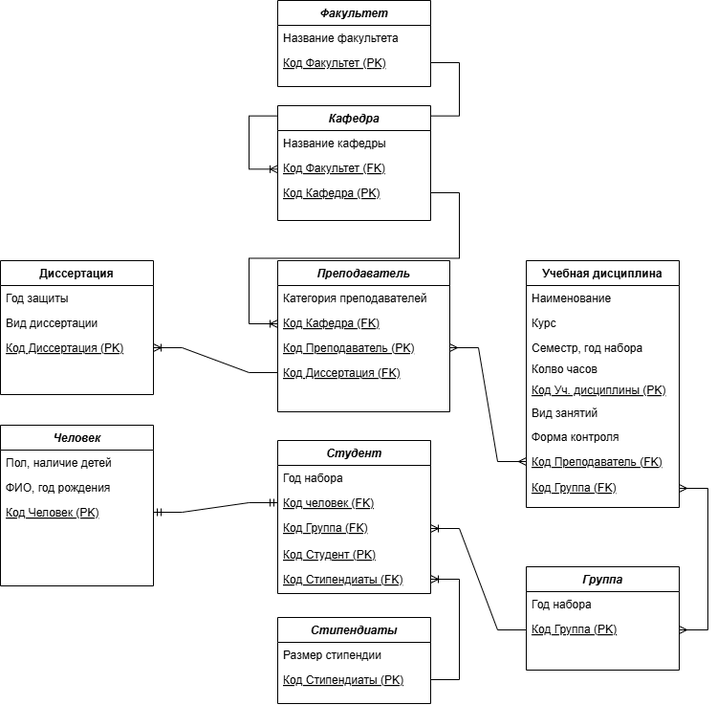
Before: БД 2 Хорошилова.drawio.png, a diagram exported from draw.io (ksinph/PSTU_LABS_2023). Source tidied: cells renumbered, new cells last; positions are measured from the earlier drawing's top-left corner, leaving out a move shared by most shapes.
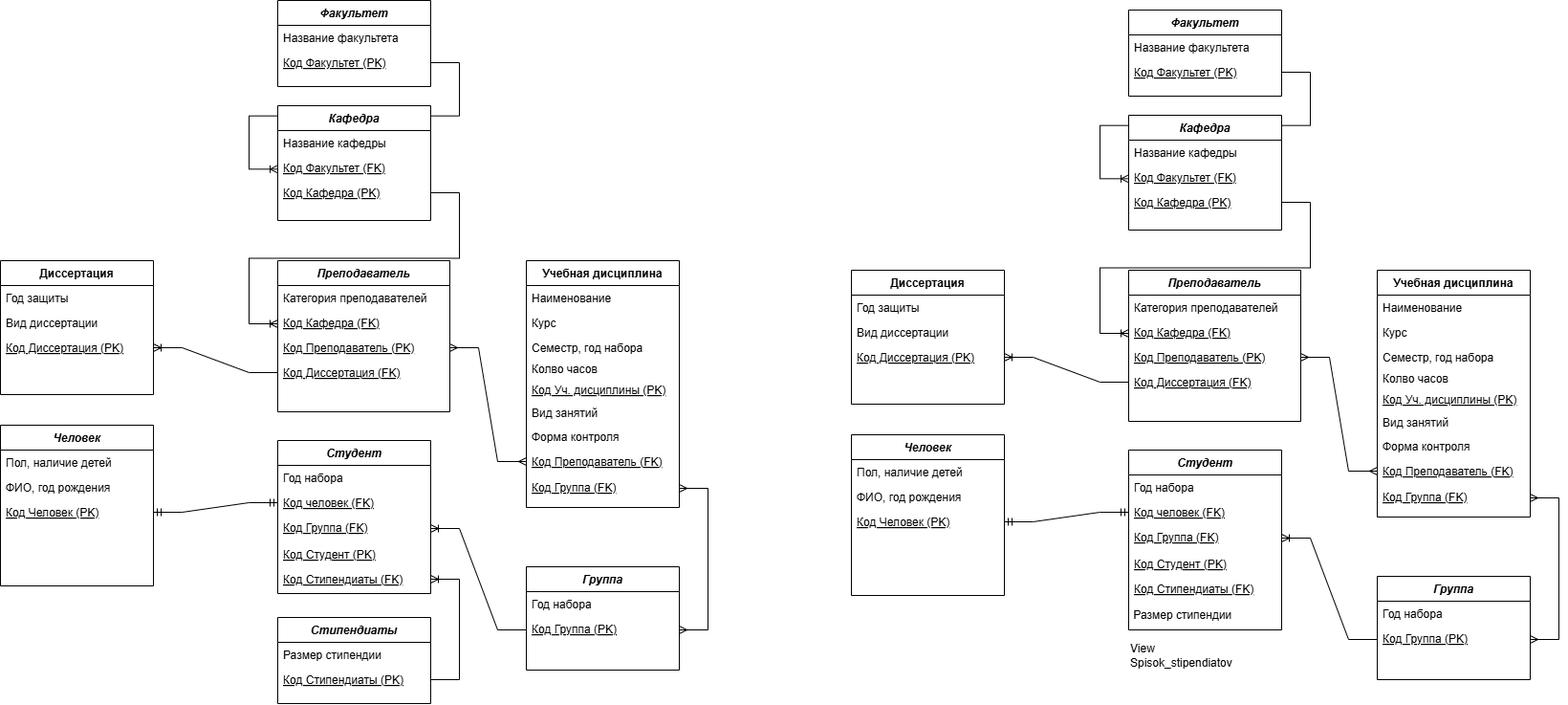
The same diagram one commit later.

Diff of the diagram source:
```diff
@@ -176,5 +176,173 @@
     <mxCell id="51" style="edgeStyle=entityRelationEdgeStyle;fontSize=12;html=1;endArrow=ERmandOne;startArrow=ERmandOne;rounded=0;exitX=1;exitY=0.5;exitDx=0;exitDy=0;entryX=0;entryY=0.5;entryDx=0;entryDy=0;" parent="1" edge="1" source="6" target="40">
       <mxGeometry relative="1" as="geometry" />
     </mxCell>
+    <mxCell id="52" style="edgeStyle=entityRelationEdgeStyle;fontSize=12;html=1;endArrow=ERoneToMany;rounded=0;exitX=1;exitY=0.5;exitDx=0;exitDy=0;" parent="1" edge="1" source="94">
+      <mxGeometry relative="1" as="geometry">
+        <mxPoint x="1180" y="186.3" as="targetPoint" />
+        <Array as="points">
+          <mxPoint x="1360" y="110" />
+          <mxPoint x="1170" y="96.3" />
+          <mxPoint x="1360" y="100" />
+          <mxPoint x="1160" y="76.3" />
+          <mxPoint x="1270" y="100" />
+          <mxPoint x="1270" y="106.3" />
+          <mxPoint x="1270" y="106.3" />
+        </Array>
+      </mxGeometry>
+    </mxCell>
+    <mxCell id="53" value="Человек" style="swimlane;fontStyle=3;align=center;verticalAlign=top;horizontal=1;startSize=26;rounded=0;shadow=0;strokeWidth=1;" parent="1" vertex="1">
+      <mxGeometry x="890" y="454" width="160" height="168" as="geometry" />
+    </mxCell>
+    <mxCell id="54" value="Пол, наличие детей" style="text;align=left;verticalAlign=top;spacingLeft=4;spacingRight=4;overflow=hidden;" parent="53" vertex="1">
+      <mxGeometry y="26" width="160" height="26" as="geometry" />
+    </mxCell>
+    <mxCell id="55" value="ФИО, год рождения" style="text;align=left;verticalAlign=top;spacingLeft=4;spacingRight=4;overflow=hidden;rounded=0;shadow=0;html=0;" parent="53" vertex="1">
+      <mxGeometry y="52" width="160" height="26" as="geometry" />
+    </mxCell>
+    <mxCell id="56" value="Код Человек (PK)" style="text;align=left;verticalAlign=top;spacingLeft=4;spacingRight=4;overflow=hidden;points=[[0,0.5],[1,0.5]];portConstraint=eastwest;rounded=0;shadow=0;html=0;fontStyle=4;" parent="53" vertex="1">
+      <mxGeometry y="78" width="160" height="26" as="geometry" />
+    </mxCell>
+    <mxCell id="57" value="Учебная дисциплина" style="swimlane;fontStyle=1;align=center;verticalAlign=top;horizontal=1;startSize=26;rounded=0;shadow=0;strokeWidth=1;" parent="1" vertex="1">
+      <mxGeometry x="1440" y="282" width="160" height="258" as="geometry" />
+    </mxCell>
+    <mxCell id="58" value="Наименование" style="text;align=left;verticalAlign=top;spacingLeft=4;spacingRight=4;overflow=hidden;" parent="57" vertex="1">
+      <mxGeometry y="26" width="160" height="26" as="geometry" />
+    </mxCell>
+    <mxCell id="59" value="Курс" style="text;align=left;verticalAlign=top;spacingLeft=4;spacingRight=4;overflow=hidden;rounded=0;shadow=0;html=0;" parent="57" vertex="1">
+      <mxGeometry y="52" width="160" height="26" as="geometry" />
+    </mxCell>
+    <mxCell id="60" value="Семестр, год набора" style="text;align=left;verticalAlign=top;spacingLeft=4;spacingRight=4;overflow=hidden;fontStyle=0;" parent="57" vertex="1">
+      <mxGeometry y="78" width="160" height="22" as="geometry" />
+    </mxCell>
+    <mxCell id="61" value="Колво часов" style="text;align=left;verticalAlign=top;spacingLeft=4;spacingRight=4;overflow=hidden;" parent="57" vertex="1">
+      <mxGeometry y="100" width="160" height="26" as="geometry" />
+    </mxCell>
+    <mxCell id="62" value="Диссертация" style="swimlane;fontStyle=1;align=center;verticalAlign=top;horizontal=1;startSize=26;rounded=0;shadow=0;strokeWidth=1;" parent="1" vertex="1">
+      <mxGeometry x="890" y="282" width="160" height="140" as="geometry" />
+    </mxCell>
+    <mxCell id="63" value="Год защиты" style="text;align=left;verticalAlign=top;spacingLeft=4;spacingRight=4;overflow=hidden;" parent="62" vertex="1">
+      <mxGeometry y="26" width="160" height="26" as="geometry" />
+    </mxCell>
+    <mxCell id="64" value="Вид диссертации" style="text;align=left;verticalAlign=top;spacingLeft=4;spacingRight=4;overflow=hidden;rounded=0;shadow=0;html=0;" parent="62" vertex="1">
+      <mxGeometry y="52" width="160" height="26" as="geometry" />
+    </mxCell>
+    <mxCell id="65" value="Код Диссертация (PK)" style="text;align=left;verticalAlign=top;spacingLeft=4;spacingRight=4;overflow=hidden;points=[[0,0.5],[1,0.5]];portConstraint=eastwest;rounded=0;shadow=0;html=0;fontStyle=4;" parent="62" vertex="1">
+      <mxGeometry y="78" width="160" height="26" as="geometry" />
+    </mxCell>
+    <mxCell id="66" value="Вид занятий" style="text;align=left;verticalAlign=top;spacingLeft=4;spacingRight=4;overflow=hidden;" parent="1" vertex="1">
+      <mxGeometry x="1440" y="428" width="160" height="26" as="geometry" />
+    </mxCell>
+    <mxCell id="67" value="Форма контроля" style="text;align=left;verticalAlign=top;spacingLeft=4;spacingRight=4;overflow=hidden;" parent="1" vertex="1">
+      <mxGeometry x="1440" y="453" width="160" height="26" as="geometry" />
+    </mxCell>
+    <mxCell id="68" value="Группа" style="swimlane;fontStyle=3;align=center;verticalAlign=top;horizontal=1;startSize=26;rounded=0;shadow=0;strokeWidth=1;" parent="1" vertex="1">
+      <mxGeometry x="1440" y="602" width="160" height="108" as="geometry" />
+    </mxCell>
+    <mxCell id="69" value="Год набора" style="text;align=left;verticalAlign=top;spacingLeft=4;spacingRight=4;overflow=hidden;" parent="68" vertex="1">
+      <mxGeometry y="26" width="160" height="26" as="geometry" />
+    </mxCell>
+    <mxCell id="70" value="Код Группа (PK)" style="text;align=left;verticalAlign=top;spacingLeft=4;spacingRight=4;overflow=hidden;points=[[0,0.5],[1,0.5]];portConstraint=eastwest;fontStyle=4;" parent="68" vertex="1">
+      <mxGeometry y="52" width="160" height="28" as="geometry" />
+    </mxCell>
+    <mxCell id="71" value="Преподаватель" style="swimlane;fontStyle=3;align=center;verticalAlign=top;horizontal=1;startSize=26;rounded=0;shadow=0;strokeWidth=1;" parent="1" vertex="1">
+      <mxGeometry x="1180" y="282" width="180" height="158" as="geometry" />
+    </mxCell>
+    <mxCell id="72" value="Категория преподавателей" style="text;align=left;verticalAlign=top;spacingLeft=4;spacingRight=4;overflow=hidden;" parent="71" vertex="1">
+      <mxGeometry y="26" width="180" height="26" as="geometry" />
+    </mxCell>
+    <mxCell id="73" value="Код Кафедра (FK)" style="text;align=left;verticalAlign=top;spacingLeft=4;spacingRight=4;overflow=hidden;fontStyle=4;" parent="71" vertex="1">
+      <mxGeometry y="52" width="180" height="26" as="geometry" />
+    </mxCell>
+    <mxCell id="74" value="Код Преподаватель (PK)" style="text;align=left;verticalAlign=top;spacingLeft=4;spacingRight=4;overflow=hidden;points=[[0,0.5],[1,0.5]];portConstraint=eastwest;fontStyle=4;" parent="71" vertex="1">
+      <mxGeometry y="78" width="180" height="26" as="geometry" />
+    </mxCell>
+    <mxCell id="75" value="Код Диссертация (FK)" style="text;align=left;verticalAlign=top;spacingLeft=4;spacingRight=4;overflow=hidden;points=[[0,0.5],[1,0.5]];portConstraint=eastwest;rounded=0;shadow=0;html=0;fontStyle=4;" parent="71" vertex="1">
+      <mxGeometry y="104" width="180" height="26" as="geometry" />
+    </mxCell>
+    <mxCell id="76" value="Код Уч. дисциплины (PK)" style="text;align=left;verticalAlign=top;spacingLeft=4;spacingRight=4;overflow=hidden;fontStyle=4;" parent="1" vertex="1">
+      <mxGeometry x="1440" y="404" width="160" height="26" as="geometry" />
+    </mxCell>
+    <mxCell id="77" value="Код Преподаватель (FK)" style="text;align=left;verticalAlign=top;spacingLeft=4;spacingRight=4;overflow=hidden;points=[[0,0.5],[1,0.5]];portConstraint=eastwest;fontStyle=4;" parent="1" vertex="1">
+      <mxGeometry x="1440" y="479" width="160" height="26" as="geometry" />
+    </mxCell>
+    <mxCell id="78" style="edgeStyle=entityRelationEdgeStyle;fontSize=12;html=1;endArrow=ERoneToMany;rounded=0;entryX=1;entryY=0.5;entryDx=0;entryDy=0;exitX=0;exitY=0.5;exitDx=0;exitDy=0;" parent="1" edge="1" source="75" target="65">
+      <mxGeometry relative="1" as="geometry" />
+    </mxCell>
+    <mxCell id="79" style="edgeStyle=entityRelationEdgeStyle;fontSize=12;html=1;endArrow=ERmany;startArrow=ERmany;rounded=0;exitX=1;exitY=0.5;exitDx=0;exitDy=0;entryX=0;entryY=0.5;entryDx=0;entryDy=0;" parent="1" edge="1" source="74" target="77">
+      <mxGeometry relative="1" as="geometry" />
+    </mxCell>
+    <mxCell id="80" value="Код Группа (FK)" style="text;align=left;verticalAlign=top;spacingLeft=4;spacingRight=4;overflow=hidden;points=[[0,0.5],[1,0.5]];portConstraint=eastwest;fontStyle=4;" parent="1" vertex="1">
+      <mxGeometry x="1440" y="506" width="160" height="28" as="geometry" />
+    </mxCell>
+    <mxCell id="81" value="Кафедра" style="swimlane;fontStyle=3;align=center;verticalAlign=top;horizontal=1;startSize=26;rounded=0;shadow=0;strokeWidth=1;" parent="1" vertex="1">
+      <mxGeometry x="1180" y="120" width="160" height="120" as="geometry" />
+    </mxCell>
+    <mxCell id="82" value="Название кафедры" style="text;align=left;verticalAlign=top;spacingLeft=4;spacingRight=4;overflow=hidden;" parent="81" vertex="1">
+      <mxGeometry y="26" width="160" height="26" as="geometry" />
+    </mxCell>
+    <mxCell id="83" value="Код Факультет (FK)" style="text;align=left;verticalAlign=top;spacingLeft=4;spacingRight=4;overflow=hidden;fontStyle=4;" parent="81" vertex="1">
+      <mxGeometry y="52" width="160" height="26" as="geometry" />
+    </mxCell>
+    <mxCell id="84" value="Код Кафедра (PK)" style="text;align=left;verticalAlign=top;spacingLeft=4;spacingRight=4;overflow=hidden;points=[[0,0.5],[1,0.5]];portConstraint=eastwest;fontStyle=4;" parent="81" vertex="1">
+      <mxGeometry y="78" width="160" height="26" as="geometry" />
+    </mxCell>
+    <mxCell id="85" value="Студент" style="swimlane;fontStyle=3;align=center;verticalAlign=top;horizontal=1;startSize=26;rounded=0;shadow=0;strokeWidth=1;" parent="1" vertex="1">
+      <mxGeometry x="1180" y="470" width="160" height="188" as="geometry" />
+    </mxCell>
+    <mxCell id="86" value="Год набора" style="text;align=left;verticalAlign=top;spacingLeft=4;spacingRight=4;overflow=hidden;" parent="85" vertex="1">
+      <mxGeometry y="26" width="160" height="26" as="geometry" />
+    </mxCell>
+    <mxCell id="87" value="Код человек (FK)" style="text;align=left;verticalAlign=top;spacingLeft=4;spacingRight=4;overflow=hidden;points=[[0,0.5],[1,0.5]];portConstraint=eastwest;rounded=0;shadow=0;html=0;fontStyle=4;" parent="85" vertex="1">
+      <mxGeometry y="52" width="160" height="26" as="geometry" />
+    </mxCell>
+    <mxCell id="88" value="Код Группа (FK)" style="text;align=left;verticalAlign=top;spacingLeft=4;spacingRight=4;overflow=hidden;points=[[0,0.5],[1,0.5]];portConstraint=eastwest;fontStyle=4;" parent="85" vertex="1">
+      <mxGeometry y="78" width="160" height="28" as="geometry" />
+    </mxCell>
+    <mxCell id="89" value="Код Студент (PK)" style="text;align=left;verticalAlign=top;spacingLeft=4;spacingRight=4;overflow=hidden;fontStyle=4;" parent="85" vertex="1">
+      <mxGeometry y="106" width="160" height="26" as="geometry" />
+    </mxCell>
+    <mxCell id="90" value="Код Стипендиаты (FK)" style="text;align=left;verticalAlign=top;spacingLeft=4;spacingRight=4;overflow=hidden;fontStyle=4;" parent="85" vertex="1">
+      <mxGeometry y="132" width="160" height="26" as="geometry" />
+    </mxCell>
+    <mxCell id="91" value="&lt;span style=&quot;&quot;&gt;&amp;nbsp;Размер стипендии&lt;/span&gt;" style="text;html=1;align=left;verticalAlign=middle;strokeColor=none;fillColor=none;" parent="85" vertex="1">
+      <mxGeometry y="158" width="160" height="30" as="geometry" />
+    </mxCell>
+    <mxCell id="92" value="Факультет" style="swimlane;fontStyle=3;align=center;verticalAlign=top;horizontal=1;startSize=26;rounded=0;shadow=0;strokeWidth=1;" parent="1" vertex="1">
+      <mxGeometry x="1180" y="10" width="160" height="90" as="geometry" />
+    </mxCell>
+    <mxCell id="93" value="Название факультета" style="text;align=left;verticalAlign=top;spacingLeft=4;spacingRight=4;overflow=hidden;" parent="92" vertex="1">
+      <mxGeometry y="26" width="160" height="26" as="geometry" />
+    </mxCell>
+    <mxCell id="94" value="Код Факультет (PK)" style="text;align=left;verticalAlign=top;spacingLeft=4;spacingRight=4;overflow=hidden;points=[[0,0.5],[1,0.5]];portConstraint=eastwest;fontStyle=4;" parent="92" vertex="1">
+      <mxGeometry y="52" width="160" height="26" as="geometry" />
+    </mxCell>
+    <mxCell id="95" style="edgeStyle=entityRelationEdgeStyle;fontSize=12;html=1;endArrow=ERoneToMany;rounded=0;exitX=1;exitY=0.5;exitDx=0;exitDy=0;verticalAlign=top;" parent="1" edge="1" source="84">
+      <mxGeometry relative="1" as="geometry">
+        <mxPoint x="1180" y="348" as="targetPoint" />
+        <Array as="points">
+          <mxPoint x="1140" y="248" />
+          <mxPoint x="1170" y="258" />
+          <mxPoint x="1270" y="248" />
+          <mxPoint x="1380" y="288" />
+          <mxPoint x="1160" y="318" />
+          <mxPoint x="1380" y="318" />
+          <mxPoint x="1140" y="238" />
+          <mxPoint x="1140" y="218" />
+          <mxPoint x="1160" y="238" />
+        </Array>
+      </mxGeometry>
+    </mxCell>
+    <mxCell id="96" style="edgeStyle=entityRelationEdgeStyle;fontSize=12;html=1;endArrow=ERmany;startArrow=ERmany;rounded=0;entryX=1;entryY=0.5;entryDx=0;entryDy=0;exitX=1;exitY=0.5;exitDx=0;exitDy=0;" parent="1" edge="1" source="70" target="80">
+      <mxGeometry relative="1" as="geometry" />
+    </mxCell>
+    <mxCell id="97" style="edgeStyle=entityRelationEdgeStyle;fontSize=12;html=1;endArrow=ERoneToMany;rounded=0;entryX=1;entryY=0.5;entryDx=0;entryDy=0;exitX=0;exitY=0.5;exitDx=0;exitDy=0;" parent="1" edge="1" source="70" target="88">
+      <mxGeometry relative="1" as="geometry" />
+    </mxCell>
+    <mxCell id="98" style="edgeStyle=entityRelationEdgeStyle;fontSize=12;html=1;endArrow=ERmandOne;startArrow=ERmandOne;rounded=0;exitX=1;exitY=0.5;exitDx=0;exitDy=0;entryX=0;entryY=0.5;entryDx=0;entryDy=0;" parent="1" edge="1" source="56" target="87">
+      <mxGeometry relative="1" as="geometry" />
+    </mxCell>
+    <mxCell id="99" value="View Spisok_stipendiatov" style="text;html=1;align=left;verticalAlign=middle;whiteSpace=wrap;rounded=0;" parent="1" vertex="1">
+      <mxGeometry x="1180" y="670" width="110" height="30" as="geometry" />
+    </mxCell>
   </root>
 </mxGraphModel>
```
